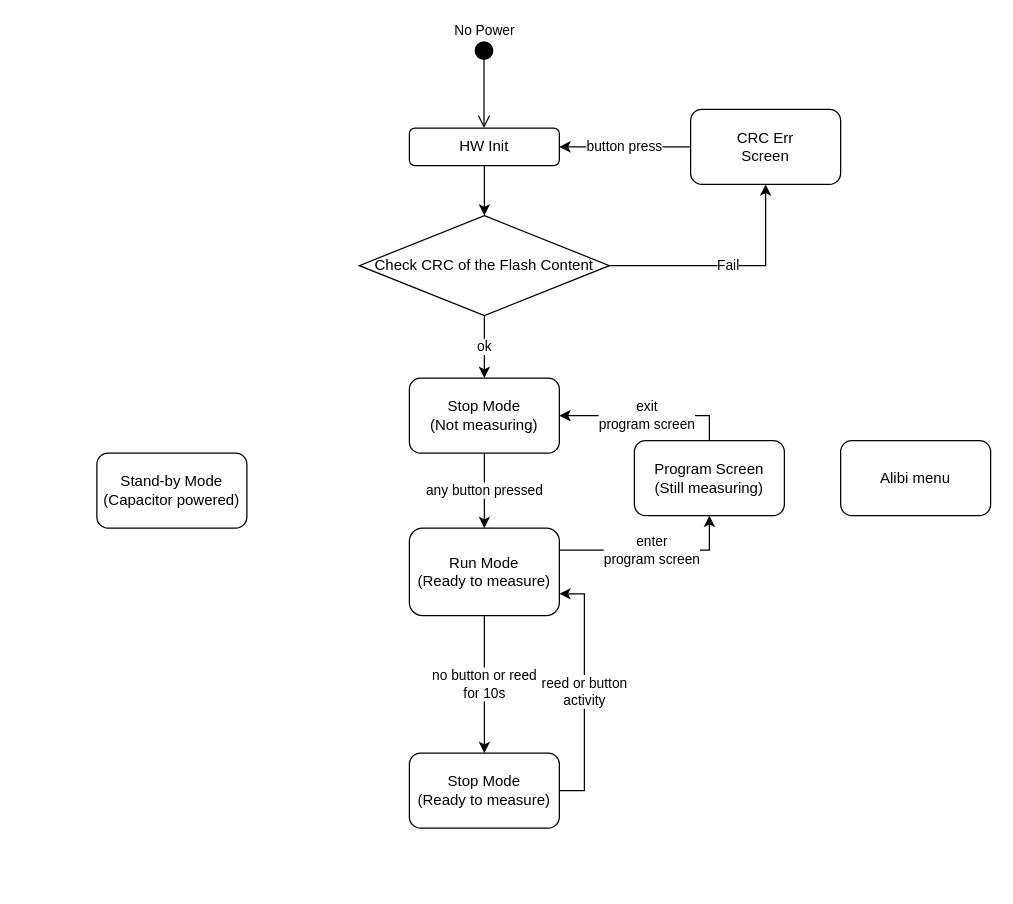
Before: Untitled Diagram3.drawio in insighthorizon/useful_scripts, a draw.io diagram. Source tidied: cells renumbered, new cells numbered last; positions are measured from the earlier drawing's top-left corner, leaving out a move shared by most shapes. Both pictures are drawn from the tidied source at 125%, with x=0, y=0 at pixel (96, 40).
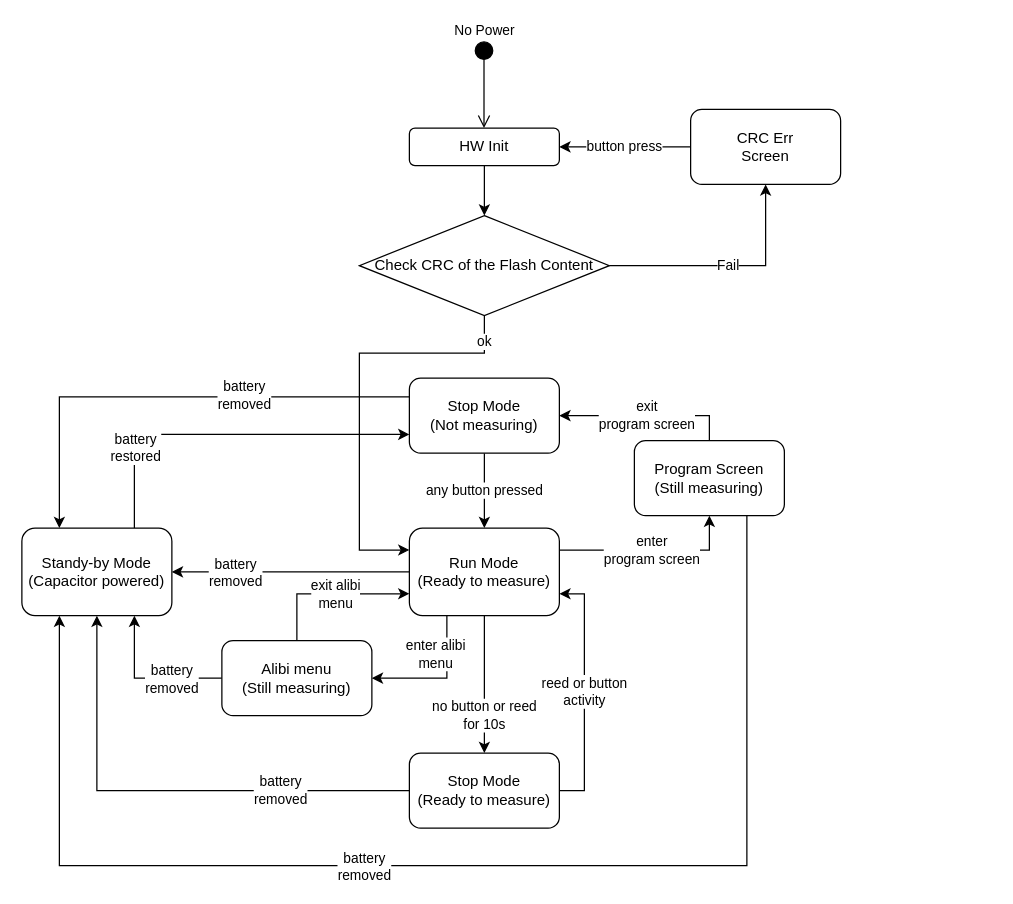
The same page after the edit.

Unchanged cells that the change refers to:
```xml
<mxCell id="6" value="Check CRC of the Flash Content" style="rhombus;whiteSpace=wrap;html=1;" parent="1" vertex="1">
  <mxGeometry x="210" y="140" width="200" height="80" as="geometry" />
</mxCell>
<mxCell id="10" value="CRC Err&lt;br&gt;Screen" style="rounded=1;whiteSpace=wrap;html=1;" parent="1" vertex="1">
  <mxGeometry x="475" y="55" width="120" height="60" as="geometry" />
</mxCell>
<mxCell id="12" value="Stop Mode&lt;br&gt;(Not measuring)" style="rounded=1;whiteSpace=wrap;html=1;" parent="1" vertex="1">
  <mxGeometry x="250" y="270" width="120" height="60" as="geometry" />
</mxCell>
<mxCell id="15" value="Run Mode&lt;br&gt;(Ready to measure)" style="rounded=1;whiteSpace=wrap;html=1;" parent="1" vertex="1">
  <mxGeometry x="250" y="390" width="120" height="70" as="geometry" />
</mxCell>
<mxCell id="17" value="Stop Mode&lt;br&gt;(Ready to measure)" style="rounded=1;whiteSpace=wrap;html=1;" parent="1" vertex="1">
  <mxGeometry x="250" y="570" width="120" height="60" as="geometry" />
</mxCell>
<mxCell id="19" value="Program Screen&lt;br&gt;(Still measuring)" style="rounded=1;whiteSpace=wrap;html=1;" parent="1" vertex="1">
  <mxGeometry x="430" y="320" width="120" height="60" as="geometry" />
</mxCell>
```

The edit, as a diff of the source:
```diff
@@
+    <mxCell id="5" value="Fail" style="edgeStyle=orthogonalEdgeStyle;rounded=0;jettySize=auto;html=1;exitX=1;exitY=0.5;exitDx=0;exitDy=0;entryX=0.5;entryY=1;entryDx=0;entryDy=0;" parent="1" edge="1" source="6" target="10">
+      <mxGeometry relative="1" as="geometry" />
+    </mxCell>
+    <mxCell id="22" style="edgeStyle=orthogonalEdgeStyle;rounded=0;jettySize=auto;html=1;exitX=0.5;exitY=1;exitDx=0;exitDy=0;entryX=0;entryY=0.25;entryDx=0;entryDy=0;" parent="1" edge="1" source="6" target="15">
+      <mxGeometry relative="1" as="geometry">
+        <Array as="points">
+          <mxPoint x="310" y="250" />
+          <mxPoint x="210" y="250" />
+          <mxPoint x="210" y="408" />
+        </Array>
+      </mxGeometry>
+    </mxCell>
-    <mxCell id="4" value="ok" style="edgeStyle=orthogonalEdgeStyle;rounded=0;jettySize=auto;html=1;exitX=0.5;exitY=1;exitDx=0;exitDy=0;entryX=0.5;entryY=0;entryDx=0;entryDy=0;" parent="1" edge="1" source="6" target="12">
-      <mxGeometry relative="1" as="geometry" />
+    <mxCell id="4" value="ok" style="edgeLabel;html=1;align=center;verticalAlign=middle;" parent="22" vertex="1">
+      <mxGeometry x="-0.53" relative="1" as="geometry">
+        <mxPoint x="46" y="-10" as="offset" />
+      </mxGeometry>
     </mxCell>
-    <mxCell id="5" value="Fail" style="edgeStyle=orthogonalEdgeStyle;rounded=0;jettySize=auto;html=1;exitX=1;exitY=0.5;exitDx=0;exitDy=0;entryX=0.5;entryY=1;entryDx=0;entryDy=0;" parent="1" edge="1" source="6" target="10">
-      <mxGeometry relative="1" as="geometry" />
-    </mxCell>
@@
+    <mxCell id="23" style="edgeStyle=orthogonalEdgeStyle;rounded=0;jettySize=auto;html=1;exitX=0;exitY=0.25;exitDx=0;exitDy=0;entryX=0.25;entryY=0;entryDx=0;entryDy=0;" parent="1" edge="1" source="12" target="38">
+      <mxGeometry relative="1" as="geometry" />
+    </mxCell>
+    <mxCell id="24" value="battery&lt;br&gt;removed" style="edgeLabel;html=1;align=center;verticalAlign=middle;" parent="23" vertex="1">
+      <mxGeometry x="-0.31" y="-2" relative="1" as="geometry" />
+    </mxCell>
@@
     <mxCell id="13" value="no button or reed&lt;br&gt;for 10s" style="edgeStyle=orthogonalEdgeStyle;rounded=0;jettySize=auto;html=1;exitX=0.5;exitY=1;exitDx=0;exitDy=0;entryX=0.5;entryY=0;entryDx=0;entryDy=0;" parent="1" edge="1" source="15" target="17">
-      <mxGeometry relative="1" as="geometry" />
+      <mxGeometry x="0.45" relative="1" as="geometry" />
     </mxCell>
@@
+    <mxCell id="25" style="edgeStyle=orthogonalEdgeStyle;rounded=0;jettySize=auto;html=1;" parent="1" edge="1" source="15" target="38">
+      <mxGeometry relative="1" as="geometry" />
+    </mxCell>
+    <mxCell id="26" value="battery&lt;br&gt;removed" style="edgeLabel;html=1;align=center;verticalAlign=middle;" parent="25" vertex="1">
+      <mxGeometry x="0.35" y="-2" relative="1" as="geometry">
+        <mxPoint x="-12" y="2" as="offset" />
+      </mxGeometry>
+    </mxCell>
+    <mxCell id="27" style="edgeStyle=orthogonalEdgeStyle;rounded=0;jettySize=auto;html=1;exitX=0.25;exitY=1;exitDx=0;exitDy=0;entryX=1;entryY=0.5;entryDx=0;entryDy=0;" parent="1" edge="1" source="15" target="21">
+      <mxGeometry relative="1" as="geometry" />
+    </mxCell>
+    <mxCell id="28" value="enter alibi&lt;br&gt;menu" style="edgeLabel;html=1;align=center;verticalAlign=middle;" parent="27" vertex="1">
+      <mxGeometry x="0.58" y="-1" relative="1" as="geometry">
+        <mxPoint x="27" y="-19" as="offset" />
+      </mxGeometry>
+    </mxCell>
@@
+    <mxCell id="29" value="battery&lt;br&gt;removed" style="edgeStyle=orthogonalEdgeStyle;rounded=0;jettySize=auto;html=1;exitX=0;exitY=0.5;exitDx=0;exitDy=0;entryX=0.5;entryY=1;entryDx=0;entryDy=0;" parent="1" edge="1" source="17" target="38">
+      <mxGeometry x="-0.47" relative="1" as="geometry">
+        <Array as="points">
+          <mxPoint y="600" />
+        </Array>
+      </mxGeometry>
+    </mxCell>
@@
+    <mxCell id="30" style="edgeStyle=orthogonalEdgeStyle;rounded=0;jettySize=auto;html=1;exitX=0.75;exitY=1;exitDx=0;exitDy=0;entryX=0.25;entryY=1;entryDx=0;entryDy=0;" parent="1" edge="1" source="19" target="38">
+      <mxGeometry relative="1" as="geometry">
+        <Array as="points">
+          <mxPoint x="520" y="660" />
+          <mxPoint x="-30" y="660" />
+        </Array>
+      </mxGeometry>
+    </mxCell>
+    <mxCell id="31" value="battery&lt;br&gt;removed" style="edgeLabel;html=1;align=center;verticalAlign=middle;" parent="30" vertex="1">
+      <mxGeometry x="0.14" relative="1" as="geometry" />
+    </mxCell>
@@
-    <mxCell id="20" value="Stand-by Mode&lt;br&gt;(Capacitor powered)" style="rounded=1;whiteSpace=wrap;html=1;" parent="1" vertex="1">
-      <mxGeometry y="330" width="120" height="60" as="geometry" />
-    </mxCell>
+    <mxCell id="32" style="edgeStyle=orthogonalEdgeStyle;rounded=0;jettySize=auto;html=1;exitX=0;exitY=0.5;exitDx=0;exitDy=0;entryX=0.75;entryY=1;entryDx=0;entryDy=0;" parent="1" edge="1" source="21" target="38">
+      <mxGeometry relative="1" as="geometry" />
+    </mxCell>
+    <mxCell id="33" value="battery&lt;br&gt;removed" style="edgeLabel;html=1;align=center;verticalAlign=middle;" parent="32" vertex="1">
+      <mxGeometry x="-0.04" y="-3" relative="1" as="geometry">
+        <mxPoint x="17" y="3" as="offset" />
+      </mxGeometry>
+    </mxCell>
+    <mxCell id="34" style="edgeStyle=orthogonalEdgeStyle;rounded=0;jettySize=auto;html=1;exitX=0.5;exitY=0;exitDx=0;exitDy=0;entryX=0;entryY=0.75;entryDx=0;entryDy=0;" parent="1" edge="1" source="21" target="15">
+      <mxGeometry relative="1" as="geometry" />
+    </mxCell>
+    <mxCell id="35" value="exit alibi&lt;br&gt;menu" style="edgeLabel;html=1;align=center;verticalAlign=middle;" parent="34" vertex="1">
+      <mxGeometry x="0.06" relative="1" as="geometry" />
+    </mxCell>
-    <mxCell id="21" value="Alibi menu" style="rounded=1;whiteSpace=wrap;html=1;" parent="1" vertex="1">
-      <mxGeometry x="595" y="320" width="120" height="60" as="geometry" />
+    <mxCell id="21" value="Alibi menu&lt;br&gt;(Still measuring)" style="rounded=1;whiteSpace=wrap;html=1;" parent="1" vertex="1">
+      <mxGeometry x="100" y="480" width="120" height="60" as="geometry" />
     </mxCell>
+    <mxCell id="36" style="edgeStyle=orthogonalEdgeStyle;rounded=0;jettySize=auto;html=1;exitX=0.75;exitY=0;exitDx=0;exitDy=0;entryX=0;entryY=0.75;entryDx=0;entryDy=0;" parent="1" edge="1" source="38" target="12">
+      <mxGeometry relative="1" as="geometry" />
+    </mxCell>
+    <mxCell id="37" value="battery&lt;br&gt;restored" style="edgeLabel;html=1;align=center;verticalAlign=middle;" parent="36" vertex="1">
+      <mxGeometry x="-0.56" relative="1" as="geometry" />
+    </mxCell>
+    <mxCell id="38" value="Standy-by Mode&lt;br&gt;(Capacitor powered)" style="rounded=1;whiteSpace=wrap;html=1;" parent="1" vertex="1">
+      <mxGeometry x="-60" y="390" width="120" height="70" as="geometry" />
+    </mxCell>
```
